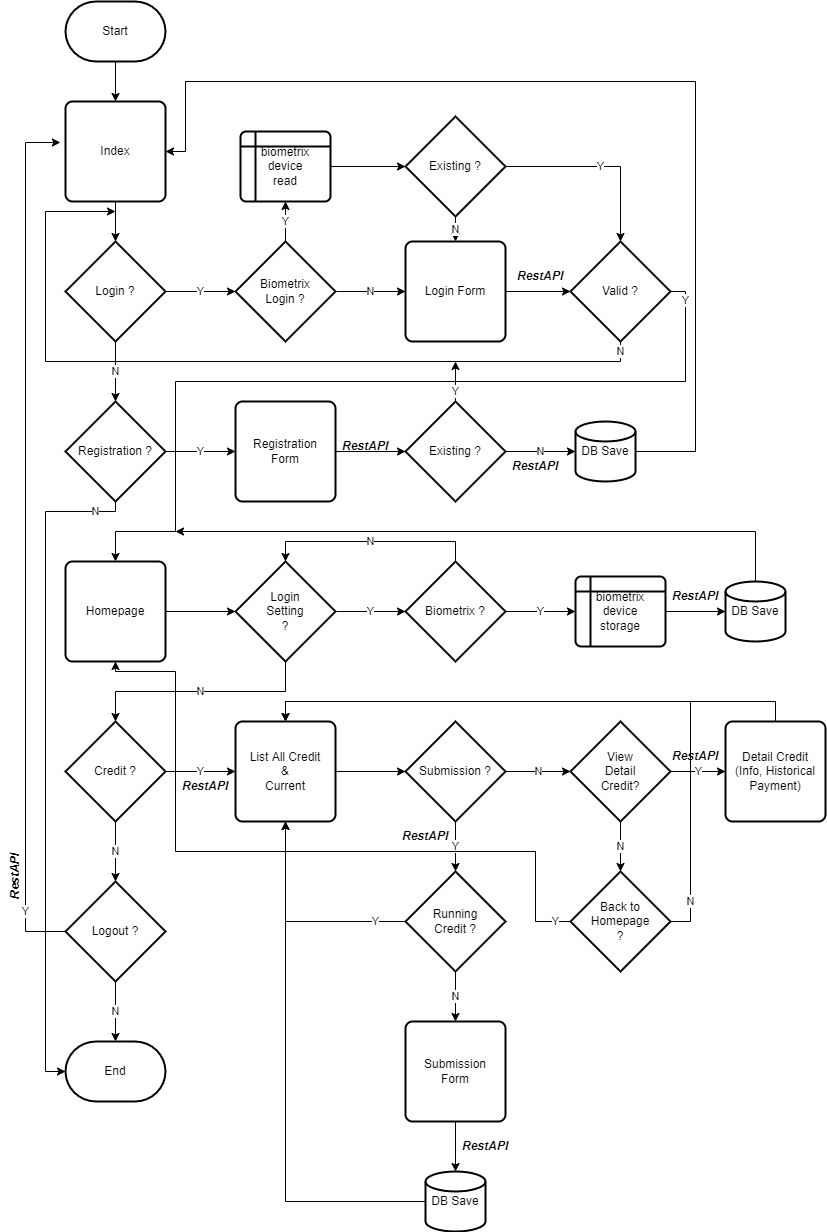
The draw.io diagram API_flowchart.png in Var1032/Technical-Assessment---Solution-Analyst, before a commit. Source tidied: cells renumbered, new cells last; positions are measured from the earlier drawing's top-left corner, leaving out a move shared by most shapes.
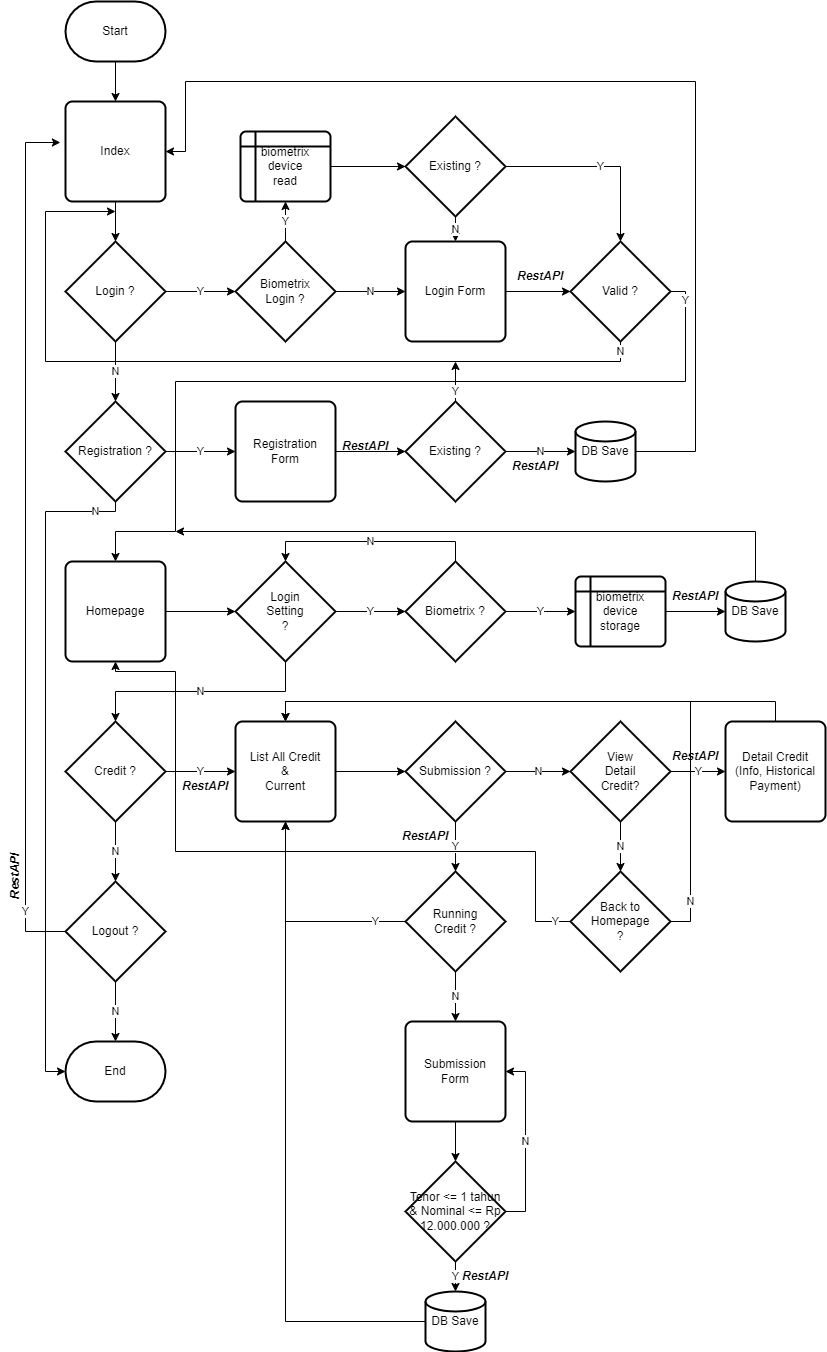
Later version of the same file.

Change to the diagram source:
```diff
@@ -209,9 +209,9 @@
     <mxCell id="55" value="Detail Credit&lt;br&gt;(Info, Historical Payment)" style="rounded=1;whiteSpace=wrap;html=1;absoluteArcSize=1;arcSize=14;strokeWidth=2;" parent="1" vertex="1">
       <mxGeometry x="740" y="720" width="100" height="100" as="geometry" />
     </mxCell>
-    <mxCell id="56" style="edgeStyle=orthogonalEdgeStyle;rounded=0;jettySize=auto;html=1;exitX=0.5;exitY=1;exitDx=0;exitDy=0;" parent="1" edge="1" source="57" target="59">
-      <mxGeometry relative="1" as="geometry" />
-    </mxCell>
+    <mxCell id="80" style="edgeStyle=orthogonalEdgeStyle;rounded=0;jettySize=auto;html=1;exitX=0.5;exitY=1;exitDx=0;exitDy=0;entryX=0.5;entryY=0;entryDx=0;entryDy=0;entryPerimeter=0;" parent="1" edge="1" source="57" target="83">
+      <mxGeometry relative="1" as="geometry" />
+    </mxCell>
     <mxCell id="57" value="Submission&lt;br&gt;Form" style="rounded=1;whiteSpace=wrap;html=1;absoluteArcSize=1;arcSize=14;strokeWidth=2;" parent="1" vertex="1">
       <mxGeometry x="420" y="1020" width="100" height="100" as="geometry" />
     </mxCell>
@@ -219,7 +219,7 @@
       <mxGeometry relative="1" as="geometry" />
     </mxCell>
     <mxCell id="59" value="DB Save" style="strokeWidth=2;html=1;shape=mxgraph.flowchart.database;whiteSpace=wrap;" parent="1" vertex="1">
-      <mxGeometry x="440" y="1170" width="60" height="60" as="geometry" />
+      <mxGeometry x="440" y="1290" width="60" height="60" as="geometry" />
     </mxCell>
     <mxCell id="60" value="Y" style="edgeStyle=orthogonalEdgeStyle;rounded=0;jettySize=auto;html=1;exitX=0;exitY=0.5;exitDx=0;exitDy=0;exitPerimeter=0;entryX=0.5;entryY=1;entryDx=0;entryDy=0;" parent="1" edge="1" source="62" target="29">
       <mxGeometry x="-0.96" relative="1" as="geometry">
@@ -257,7 +257,7 @@
       <mxGeometry x="680" y="740" width="60" height="30" as="geometry" />
     </mxCell>
     <mxCell id="69" value="&lt;b&gt;&lt;i&gt;RestAPI&lt;/i&gt;&lt;/b&gt;" style="text;html=1;strokeColor=none;fillColor=none;align=center;verticalAlign=middle;whiteSpace=wrap;rounded=0;" parent="1" vertex="1">
-      <mxGeometry x="470" y="1130" width="60" height="30" as="geometry" />
+      <mxGeometry x="470" y="1260" width="60" height="30" as="geometry" />
     </mxCell>
     <mxCell id="70" value="&lt;b&gt;&lt;i&gt;RestAPI&lt;/i&gt;&lt;/b&gt;" style="text;html=1;strokeColor=none;fillColor=none;align=center;verticalAlign=middle;whiteSpace=wrap;rounded=0;" parent="1" vertex="1">
       <mxGeometry x="190" y="770" width="60" height="30" as="geometry" />
@@ -289,5 +289,14 @@
     <mxCell id="79" value="Existing ?" style="strokeWidth=2;html=1;shape=mxgraph.flowchart.decision;whiteSpace=wrap;" parent="1" vertex="1">
       <mxGeometry x="420" y="115" width="100" height="100" as="geometry" />
     </mxCell>
+    <mxCell id="81" value="Y" style="edgeStyle=orthogonalEdgeStyle;rounded=0;jettySize=auto;html=1;exitX=0.5;exitY=1;exitDx=0;exitDy=0;exitPerimeter=0;entryX=0.5;entryY=0;entryDx=0;entryDy=0;entryPerimeter=0;" parent="1" edge="1" source="83" target="59">
+      <mxGeometry relative="1" as="geometry" />
+    </mxCell>
+    <mxCell id="82" value="N" style="edgeStyle=orthogonalEdgeStyle;rounded=0;jettySize=auto;html=1;exitX=1;exitY=0.5;exitDx=0;exitDy=0;exitPerimeter=0;entryX=1;entryY=0.5;entryDx=0;entryDy=0;" parent="1" edge="1" source="83" target="57">
+      <mxGeometry relative="1" as="geometry" />
+    </mxCell>
+    <mxCell id="83" value="Tenor &amp;lt;= 1 tahun&lt;br&gt;&amp;amp; Nominal &amp;lt;= Rp 12.000.000 ?" style="strokeWidth=2;html=1;shape=mxgraph.flowchart.decision;whiteSpace=wrap;" parent="1" vertex="1">
+      <mxGeometry x="420" y="1160" width="100" height="100" as="geometry" />
+    </mxCell>
   </root>
 </mxGraphModel>
```
